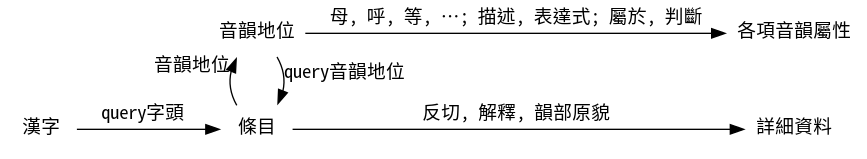
Before: demo/qieyun.png, a diagram exported from Graphviz (nk2028/tshet-uinh-js). Its source is kept beside it as demo/qieyun.dot.
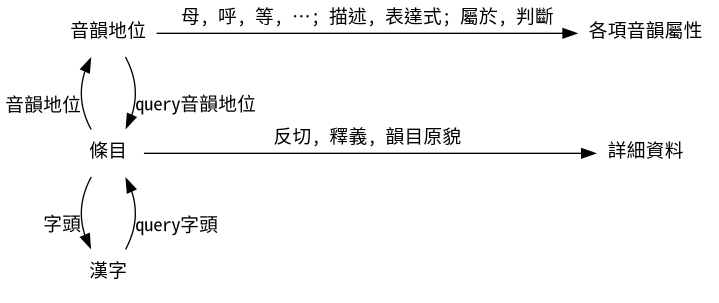
Later version of the same file.

Commit message:
doc: update overview graph

Change to the diagram source:
```diff
@@ -4,17 +4,20 @@
     edge [fontname="Noto Sans Mono CJK HK"]
     node [shape=plaintext]
     rankdir=LR
+    nodesep=0.375
 
     音韻地位 -> 各項音韻屬性 [label="母, 呼, 等, …; 描述, 表達式; 屬於, 判斷"]
+    條目 -> 詳細資料 [label="反切, 釋義, 韻目原貌"]
 
-    漢字 -> 條目 [label="query字頭"]
-    條目 -> 詳細資料 [label="反切, 解釋, 韻部原貌"]
-
-    { rank=same 音韻地位 條目 }
+    { rank=same 音韻地位 條目 漢字 }
 
     {
         edge[constraint=false]
+
         音韻地位 -> 條目 [xlabel="query音韻地位"]
         條目 -> 音韻地位 [xlabel="音韻地位"]
+
+        漢字 -> 條目 [xlabel="query字頭"]
+        條目 -> 漢字 [xlabel="字頭"]
     }
 }
```
